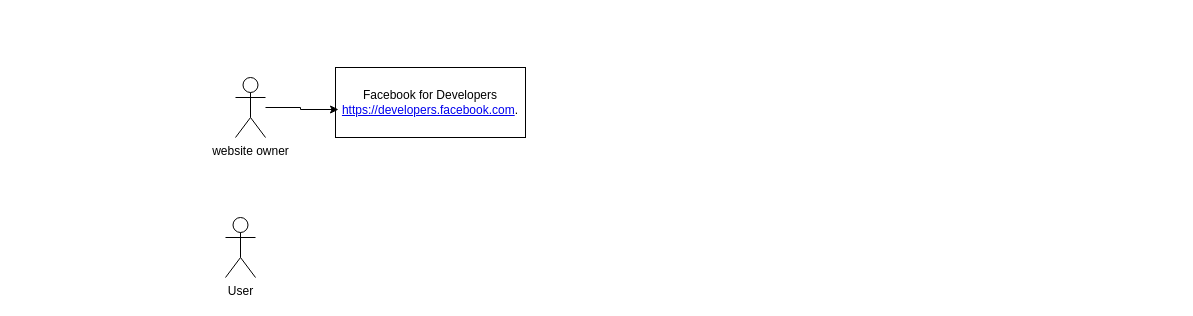
Above: Untitled Diagram.drawio in datnd35/draw (draw.io), before the change. Source tidied: cells renumbered, new cells numbered last; positions are measured from the earlier drawing's top-left corner, leaving out a move shared by most shapes. Both pictures are drawn from the tidied source at 100%, with x=0, y=0 at pixel (225, 67).
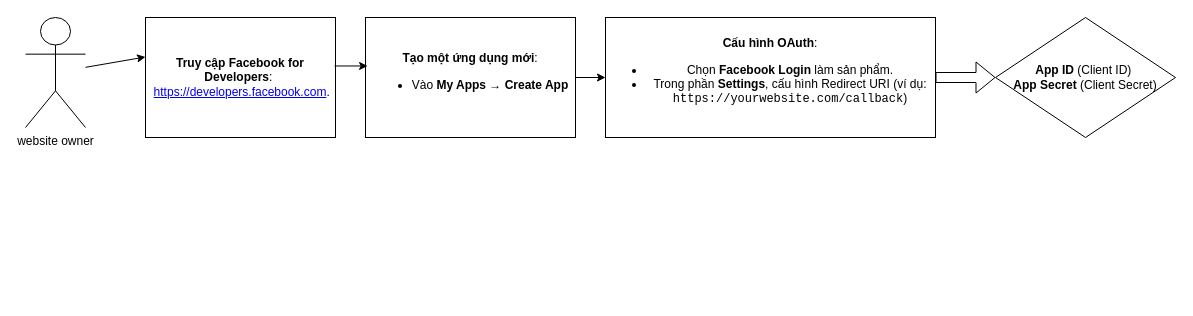
After the change.

Diff of the diagram source:
```diff
@@
 <mxGraphModel>
   <root>
     <mxCell id="0" />
     <mxCell id="1" parent="0" />
-    <mxCell id="2" value="User" style="shape=umlActor;verticalLabelPosition=bottom;verticalAlign=top;html=1;" parent="1" vertex="1">
-      <mxGeometry y="150" width="30" height="60" as="geometry" />
-    </mxCell>
+    <mxCell id="6" style="group;" parent="1" vertex="1">
+      <mxGeometry x="-200" y="-50" width="1150" height="120" as="geometry" />
+    </mxCell>
-    <mxCell id="3" value="website owner" style="shape=umlActor;verticalLabelPosition=bottom;verticalAlign=top;html=1;outlineConnect=0;" parent="1" vertex="1">
-      <mxGeometry x="10" y="10" width="30" height="60" as="geometry" />
+    <mxCell id="3" value="website owner" style="shape=umlActor;verticalLabelPosition=bottom;verticalAlign=top;html=1;outlineConnect=0;" parent="6" vertex="1">
+      <mxGeometry width="60" height="110" as="geometry" />
     </mxCell>
-    <mxCell id="4" value="Facebook for Developers&lt;div&gt;&lt;a href=&quot;https://developers.facebook.com&quot; target=&quot;_new&quot; rel=&quot;noopener&quot;&gt;https://developers.facebook.com&lt;/a&gt;.&lt;/div&gt;" style="rounded=0;whiteSpace=wrap;html=1;" parent="1" vertex="1">
-      <mxGeometry x="110" width="190" height="70" as="geometry" />
+    <mxCell id="4" value="&lt;strong&gt;Truy cập Facebook for Developers&lt;/strong&gt;:&amp;nbsp;&lt;div&gt;&lt;span style=&quot;background-color: initial;&quot;&gt;&amp;nbsp;&lt;/span&gt;&lt;a style=&quot;background-color: initial;&quot; href=&quot;https://developers.facebook.com&quot; target=&quot;_new&quot; rel=&quot;noopener&quot;&gt;https://developers.facebook.com&lt;/a&gt;&lt;span style=&quot;background-color: initial;&quot;&gt;.&lt;/span&gt;&lt;/div&gt;" style="rounded=0;whiteSpace=wrap;html=1;" parent="6" vertex="1">
+      <mxGeometry x="120" width="190" height="120" as="geometry" />
     </mxCell>
+    <mxCell id="7" value="&lt;strong&gt;Tạo một ứng dụng mới&lt;/strong&gt;:&lt;ul&gt;&lt;li&gt;Vào &lt;strong&gt;My Apps&lt;/strong&gt; → &lt;strong&gt;Create App&lt;/strong&gt;&lt;/li&gt;&lt;/ul&gt;" style="rounded=0;whiteSpace=wrap;html=1;" parent="6" vertex="1">
+      <mxGeometry x="340" width="210" height="120" as="geometry" />
+    </mxCell>
+    <mxCell id="8" value="&lt;strong&gt;Cấu hình OAuth&lt;/strong&gt;:&lt;ul&gt;&lt;li&gt;Chọn &lt;strong&gt;Facebook Login&lt;/strong&gt; làm sản phẩm.&lt;/li&gt;&lt;li&gt;Trong phần &lt;strong&gt;Settings&lt;/strong&gt;, cấu hình Redirect URI (ví dụ: &lt;code&gt;https://yourwebsite.com/callback&lt;/code&gt;)&lt;/li&gt;&lt;/ul&gt;" style="rounded=0;whiteSpace=wrap;html=1;" parent="6" vertex="1">
+      <mxGeometry x="580" width="330" height="120" as="geometry" />
+    </mxCell>
+    <mxCell id="9" value="&lt;strong&gt;App ID&lt;/strong&gt; (Client ID)&amp;nbsp;&lt;div&gt;&lt;strong&gt;App Secret&lt;/strong&gt; (Client Secret)&lt;/div&gt;" style="rhombus;whiteSpace=wrap;html=1;" parent="6" vertex="1">
+      <mxGeometry x="970" width="180" height="120" as="geometry" />
+    </mxCell>
-    <mxCell id="5" style="edgeStyle=orthogonalEdgeStyle;rounded=0;jettySize=auto;html=1;entryX=0.016;entryY=0.6;entryDx=0;entryDy=0;entryPerimeter=0;" parent="1" edge="1" source="3" target="4">
+    <mxCell id="5" style="endArrow=classic;html=1;rounded=0;entryX=0;entryY=0.329;entryDx=0;entryDy=0;entryPerimeter=0;" parent="6" edge="1" source="3" target="4">
       <mxGeometry relative="1" as="geometry" />
     </mxCell>
+    <mxCell id="10" style="endArrow=classic;html=1;rounded=0;entryX=0.01;entryY=0.404;entryDx=0;entryDy=0;entryPerimeter=0;exitX=0.995;exitY=0.404;exitDx=0;exitDy=0;exitPerimeter=0;" parent="6" edge="1" source="4" target="7">
+      <mxGeometry relative="1" as="geometry" />
+    </mxCell>
+    <mxCell id="11" style="endArrow=classic;html=1;rounded=0;entryX=0;entryY=0.5;entryDx=0;entryDy=0;" parent="6" edge="1" target="8">
+      <mxGeometry relative="1" as="geometry">
+        <mxPoint x="550" y="60" as="sourcePoint" />
+      </mxGeometry>
+    </mxCell>
+    <mxCell id="12" style="shape=flexArrow;endArrow=classic;html=1;rounded=0;" parent="6" edge="1" source="8">
+      <mxGeometry relative="1" as="geometry">
+        <mxPoint x="970" y="60" as="targetPoint" />
+      </mxGeometry>
+    </mxCell>
   </root>
 </mxGraphModel>
```
